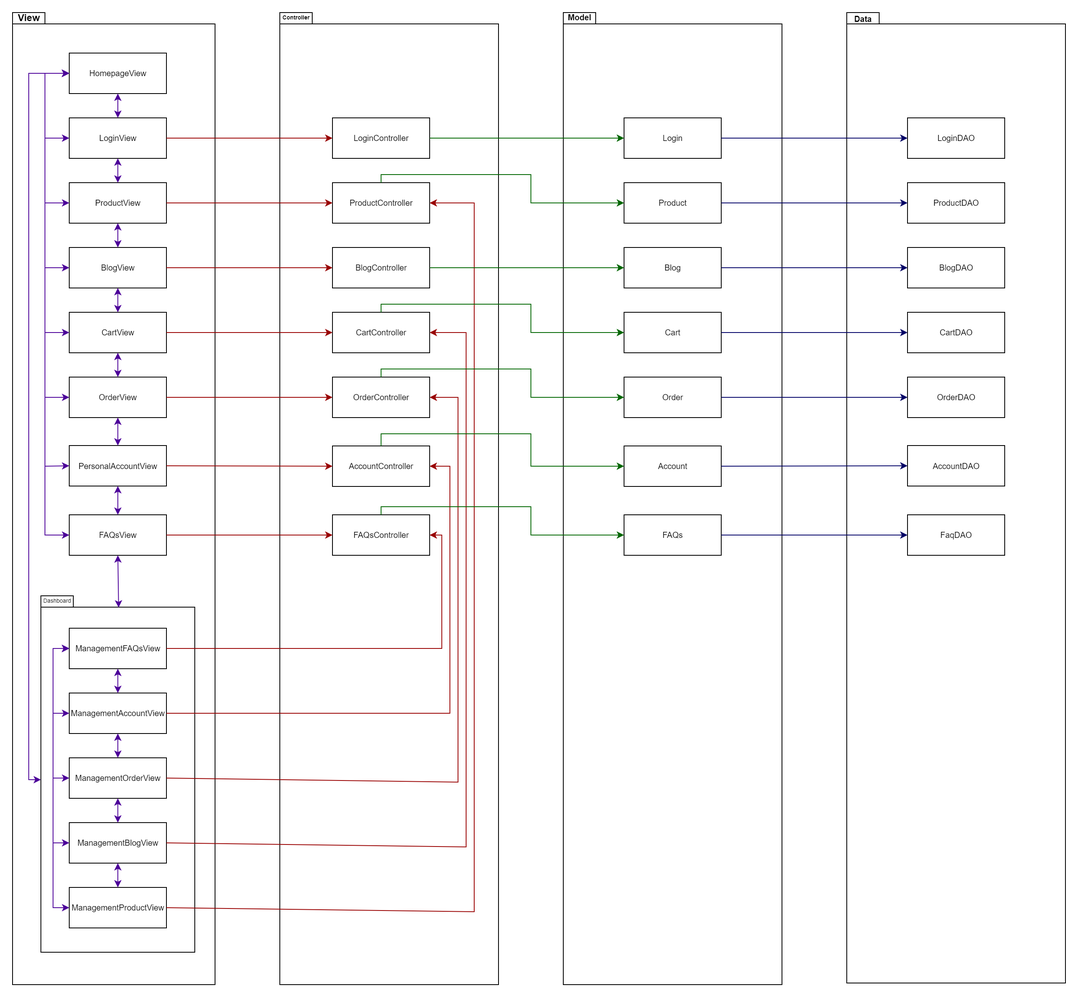
Earlier version of the draw.io export document/SWP391-G2-PackageStructure.png (HungTHHE140042/SWP391.E-BL5_Group2). Source tidied: cells renumbered, new cells last; positions are measured from the earlier drawing's top-left corner, leaving out a move shared by most shapes.
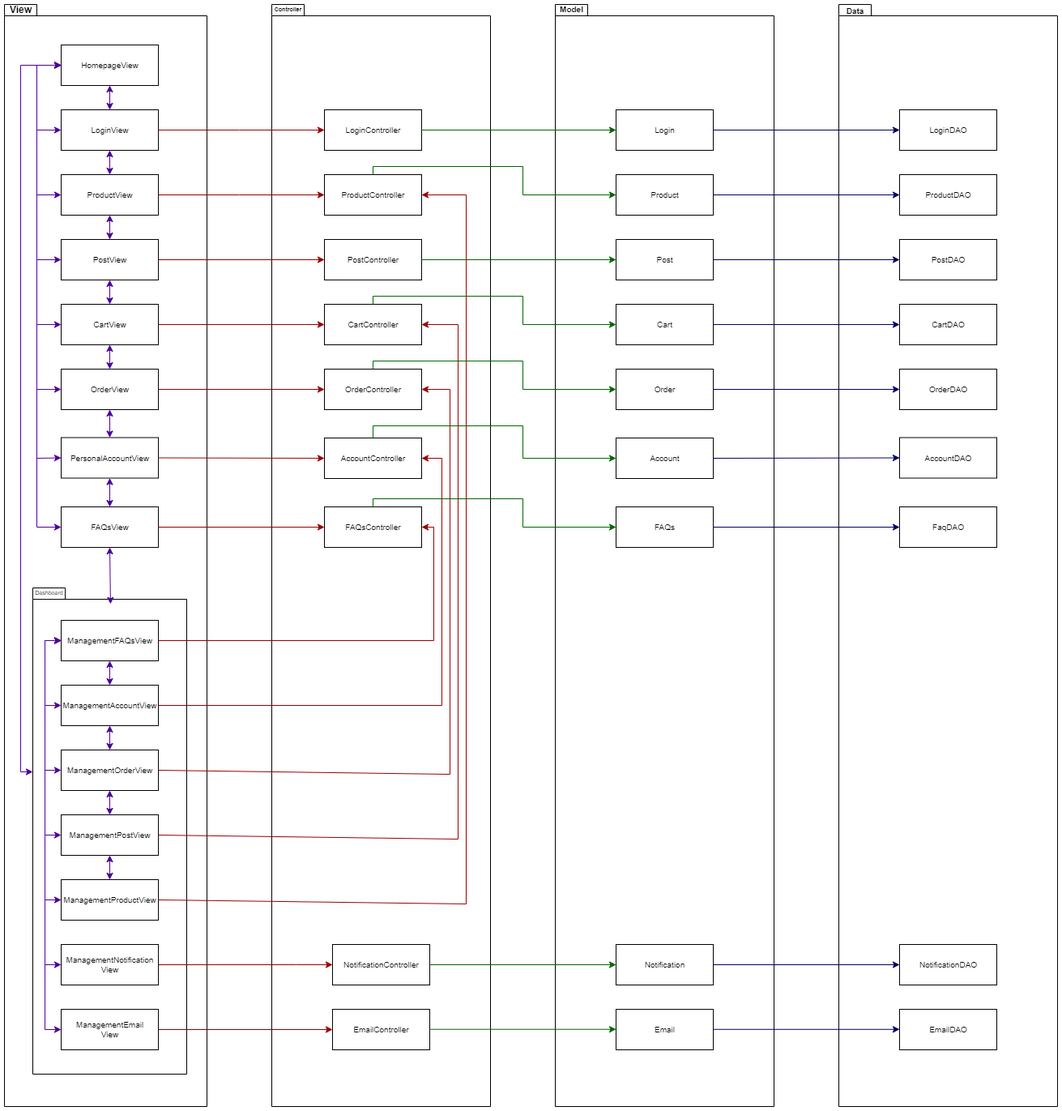
The same file after the commit.

What changed in the source:
```diff
@@ -3,7 +3,7 @@
     <mxCell id="0" />
     <mxCell id="1" parent="0" />
     <mxCell id="2" style="shape=folder;fontStyle=1;spacingTop=10;tabWidth=40;tabHeight=14;tabPosition=left;html=1;" parent="1" vertex="1">
-      <mxGeometry width="250" height="1200" as="geometry" />
+      <mxGeometry width="250" height="1360" as="geometry" />
     </mxCell>
     <mxCell id="3" value="View" style="text;strokeColor=none;fillColor=none;html=1;fontSize=12;fontStyle=1;verticalAlign=middle;align=center;" parent="1" vertex="1">
       <mxGeometry y="2" width="40" height="10" as="geometry" />
@@ -14,7 +14,7 @@
     <mxCell id="5" value="ProductView" style="html=1;fontSize=10;" parent="1" vertex="1">
       <mxGeometry x="70" y="210" width="120" height="50" as="geometry" />
     </mxCell>
-    <mxCell id="6" value="BlogView" style="html=1;fontSize=10;" parent="1" vertex="1">
+    <mxCell id="6" value="PostView" style="html=1;fontSize=10;" parent="1" vertex="1">
       <mxGeometry x="70" y="290" width="120" height="50" as="geometry" />
     </mxCell>
     <mxCell id="7" value="CartView" style="html=1;fontSize=10;" parent="1" vertex="1">
@@ -27,7 +27,7 @@
       <mxGeometry x="70" y="450" width="120" height="50" as="geometry" />
     </mxCell>
     <mxCell id="10" style="shape=folder;fontStyle=1;spacingTop=10;tabWidth=40;tabHeight=14;tabPosition=left;html=1;fontSize=12;" parent="1" vertex="1">
-      <mxGeometry x="35" y="720" width="190" height="440" as="geometry" />
+      <mxGeometry x="35" y="720" width="190" height="600" as="geometry" />
     </mxCell>
     <mxCell id="11" value="&lt;font style=&quot;font-size: 7px&quot;&gt;Dashboard&lt;/font&gt;" style="text;strokeColor=none;fillColor=none;html=1;fontSize=12;fontStyle=0;verticalAlign=middle;align=center;" parent="1" vertex="1">
       <mxGeometry x="35" y="720" width="40" height="10" as="geometry" />
@@ -41,7 +41,7 @@
     <mxCell id="14" value="ManagementOrderView" style="html=1;fontSize=10;" parent="1" vertex="1">
       <mxGeometry x="70" y="920" width="120" height="50" as="geometry" />
     </mxCell>
-    <mxCell id="15" value="ManagementBlogView" style="html=1;fontSize=10;" parent="1" vertex="1">
+    <mxCell id="15" value="ManagementPostView" style="html=1;fontSize=10;" parent="1" vertex="1">
       <mxGeometry x="70" y="1000" width="120" height="50" as="geometry" />
     </mxCell>
     <mxCell id="16" value="ManagementProductView" style="html=1;fontSize=10;" parent="1" vertex="1">
@@ -186,7 +186,7 @@
       <mxGeometry relative="1" as="geometry" />
     </mxCell>
     <mxCell id="43" style="shape=folder;fontStyle=1;spacingTop=10;tabWidth=40;tabHeight=14;tabPosition=left;html=1;" parent="1" vertex="1">
-      <mxGeometry x="330" width="270" height="1200" as="geometry" />
+      <mxGeometry x="330" width="270" height="1360" as="geometry" />
     </mxCell>
     <mxCell id="44" value="Controller" style="text;strokeColor=none;fillColor=none;html=1;fontSize=7;fontStyle=1;verticalAlign=middle;align=center;" parent="1" vertex="1">
       <mxGeometry x="330" y="2" width="40" height="10" as="geometry" />
@@ -197,7 +197,7 @@
     <mxCell id="46" value="ProductController" style="html=1;fontSize=10;" parent="1" vertex="1">
       <mxGeometry x="395" y="210" width="120" height="50" as="geometry" />
     </mxCell>
-    <mxCell id="47" value="BlogController" style="html=1;fontSize=10;" parent="1" vertex="1">
+    <mxCell id="47" value="PostController" style="html=1;fontSize=10;" parent="1" vertex="1">
       <mxGeometry x="395" y="290" width="120" height="50" as="geometry" />
     </mxCell>
     <mxCell id="48" value="CartController" style="html=1;fontSize=10;" parent="1" vertex="1">
@@ -282,7 +282,7 @@
       </mxGeometry>
     </mxCell>
     <mxCell id="64" style="shape=folder;fontStyle=1;spacingTop=10;tabWidth=40;tabHeight=14;tabPosition=left;html=1;" parent="1" vertex="1">
-      <mxGeometry x="680" width="270" height="1200" as="geometry" />
+      <mxGeometry x="680" width="270" height="1360" as="geometry" />
     </mxCell>
     <mxCell id="65" value="Model" style="text;strokeColor=none;fillColor=none;html=1;fontSize=10;fontStyle=1;verticalAlign=middle;align=center;" parent="1" vertex="1">
       <mxGeometry x="680" y="1" width="40" height="10" as="geometry" />
@@ -293,7 +293,7 @@
     <mxCell id="67" value="Product" style="html=1;fontSize=10;" parent="1" vertex="1">
       <mxGeometry x="755" y="210" width="120" height="50" as="geometry" />
     </mxCell>
-    <mxCell id="68" value="Blog" style="html=1;fontSize=10;" parent="1" vertex="1">
+    <mxCell id="68" value="Post" style="html=1;fontSize=10;" parent="1" vertex="1">
       <mxGeometry x="755" y="290" width="120" height="50" as="geometry" />
     </mxCell>
     <mxCell id="69" value="Cart" style="html=1;fontSize=10;" parent="1" vertex="1">
@@ -360,7 +360,7 @@
       </mxGeometry>
     </mxCell>
     <mxCell id="80" style="shape=folder;fontStyle=1;spacingTop=10;tabWidth=40;tabHeight=14;tabPosition=left;html=1;" parent="1" vertex="1">
-      <mxGeometry x="1030" width="270" height="1198" as="geometry" />
+      <mxGeometry x="1030" width="270" height="1360" as="geometry" />
     </mxCell>
     <mxCell id="81" value="Data" style="text;strokeColor=none;fillColor=none;html=1;fontSize=10;fontStyle=1;verticalAlign=middle;align=center;" parent="1" vertex="1">
       <mxGeometry x="1030" y="3" width="40" height="10" as="geometry" />
@@ -371,7 +371,7 @@
     <mxCell id="83" value="ProductDAO" style="html=1;fontSize=10;" parent="1" vertex="1">
       <mxGeometry x="1105" y="210" width="120" height="50" as="geometry" />
     </mxCell>
-    <mxCell id="84" value="BlogDAO" style="html=1;fontSize=10;" parent="1" vertex="1">
+    <mxCell id="84" value="PostDAO" style="html=1;fontSize=10;" parent="1" vertex="1">
       <mxGeometry x="1105" y="290" width="120" height="50" as="geometry" />
     </mxCell>
     <mxCell id="85" value="CartDAO" style="html=1;fontSize=10;" parent="1" vertex="1">
@@ -407,5 +407,73 @@
     <mxCell id="95" style="endArrow=classic;html=1;rounded=0;fontSize=10;fontColor=#009900;strokeColor=#000066;entryX=0;entryY=0.5;entryDx=0;entryDy=0;exitX=1;exitY=0.5;exitDx=0;exitDy=0;" parent="1" edge="1" source="72" target="88">
       <mxGeometry relative="1" as="geometry" />
     </mxCell>
+    <mxCell id="96" value="ManagementNotification&lt;br&gt;View" style="html=1;fontSize=10;" parent="1" vertex="1">
+      <mxGeometry x="70" y="1160" width="120" height="50" as="geometry" />
+    </mxCell>
+    <mxCell id="97" value="ManagementEmail&lt;br&gt;View" style="html=1;fontSize=10;" parent="1" vertex="1">
+      <mxGeometry x="70" y="1240" width="120" height="50" as="geometry" />
+    </mxCell>
+    <mxCell id="98" style="endArrow=classic;startArrow=classic;html=1;rounded=0;fontSize=7;fontColor=#4C0099;strokeColor=#4C0099;entryX=0;entryY=0.5;entryDx=0;entryDy=0;exitX=0;exitY=0.5;exitDx=0;exitDy=0;" parent="1" edge="1" source="12" target="96">
+      <mxGeometry relative="1" as="geometry">
+        <Array as="points">
+          <mxPoint x="50" y="785" />
+          <mxPoint x="50" y="1185" />
+        </Array>
+      </mxGeometry>
+    </mxCell>
+    <mxCell id="99" style="endArrow=classic;startArrow=classic;html=1;rounded=0;fontSize=7;fontColor=#4C0099;strokeColor=#4C0099;entryX=0;entryY=0.5;entryDx=0;entryDy=0;exitX=0;exitY=0.5;exitDx=0;exitDy=0;" parent="1" edge="1" source="12" target="97">
+      <mxGeometry relative="1" as="geometry">
+        <Array as="points">
+          <mxPoint x="50" y="785" />
+          <mxPoint x="50" y="1265" />
+        </Array>
+      </mxGeometry>
+    </mxCell>
+    <mxCell id="100" value="NotificationController" style="html=1;fontSize=10;" parent="1" vertex="1">
+      <mxGeometry x="405" y="1160" width="120" height="50" as="geometry" />
+    </mxCell>
+    <mxCell id="101" value="EmailController" style="html=1;fontSize=10;" parent="1" vertex="1">
+      <mxGeometry x="405" y="1240" width="120" height="50" as="geometry" />
+    </mxCell>
+    <mxCell id="102" value="Notification" style="html=1;fontSize=10;" parent="1" vertex="1">
+      <mxGeometry x="755" y="1160" width="120" height="50" as="geometry" />
+    </mxCell>
+    <mxCell id="103" value="Email" style="html=1;fontSize=10;" parent="1" vertex="1">
+      <mxGeometry x="755" y="1240" width="120" height="50" as="geometry" />
+    </mxCell>
+    <mxCell id="104" value="NotificationDAO" style="html=1;fontSize=10;" parent="1" vertex="1">
+      <mxGeometry x="1105" y="1160" width="120" height="50" as="geometry" />
+    </mxCell>
+    <mxCell id="105" value="EmailDAO" style="html=1;fontSize=10;" parent="1" vertex="1">
+      <mxGeometry x="1105" y="1240" width="120" height="50" as="geometry" />
+    </mxCell>
+    <mxCell id="106" style="endArrow=classic;html=1;rounded=0;fontSize=7;fontColor=#990000;strokeColor=#990000;exitX=1;exitY=0.5;exitDx=0;exitDy=0;entryX=0;entryY=0.5;entryDx=0;entryDy=0;" parent="1" edge="1" source="96" target="100">
+      <mxGeometry relative="1" as="geometry">
+        <Array as="points">
+          <mxPoint x="360" y="1185" />
+        </Array>
+      </mxGeometry>
+    </mxCell>
+    <mxCell id="107" style="endArrow=classic;html=1;rounded=0;fontSize=7;fontColor=#990000;strokeColor=#990000;exitX=1;exitY=0.5;exitDx=0;exitDy=0;entryX=0;entryY=0.5;entryDx=0;entryDy=0;" parent="1" edge="1" source="97" target="101">
+      <mxGeometry relative="1" as="geometry" />
+    </mxCell>
+    <mxCell id="108" style="endArrow=classic;html=1;rounded=0;fontSize=10;fontColor=#009900;strokeColor=#006600;exitX=1;exitY=0.5;exitDx=0;exitDy=0;entryX=0;entryY=0.5;entryDx=0;entryDy=0;" parent="1" edge="1" source="100" target="102">
+      <mxGeometry relative="1" as="geometry" />
+    </mxCell>
+    <mxCell id="109" style="endArrow=classic;html=1;rounded=0;fontSize=10;fontColor=#009900;strokeColor=#006600;exitX=1;exitY=0.5;exitDx=0;exitDy=0;entryX=0;entryY=0.5;entryDx=0;entryDy=0;" parent="1" edge="1">
+      <mxGeometry relative="1" as="geometry">
+        <mxPoint x="525" y="1264.7" as="sourcePoint" />
+        <mxPoint x="755" y="1264.7" as="targetPoint" />
+      </mxGeometry>
+    </mxCell>
+    <mxCell id="110" style="endArrow=classic;html=1;rounded=0;fontSize=10;fontColor=#009900;strokeColor=#000066;entryX=0;entryY=0.5;entryDx=0;entryDy=0;exitX=1;exitY=0.5;exitDx=0;exitDy=0;" parent="1" edge="1" source="102" target="104">
+      <mxGeometry relative="1" as="geometry" />
+    </mxCell>
+    <mxCell id="111" style="endArrow=classic;html=1;rounded=0;fontSize=10;fontColor=#009900;strokeColor=#000066;entryX=0;entryY=0.5;entryDx=0;entryDy=0;exitX=1;exitY=0.5;exitDx=0;exitDy=0;" parent="1" edge="1">
+      <mxGeometry relative="1" as="geometry">
+        <mxPoint x="875" y="1264.8" as="sourcePoint" />
+        <mxPoint x="1105" y="1264.8" as="targetPoint" />
+      </mxGeometry>
+    </mxCell>
   </root>
 </mxGraphModel>
```
